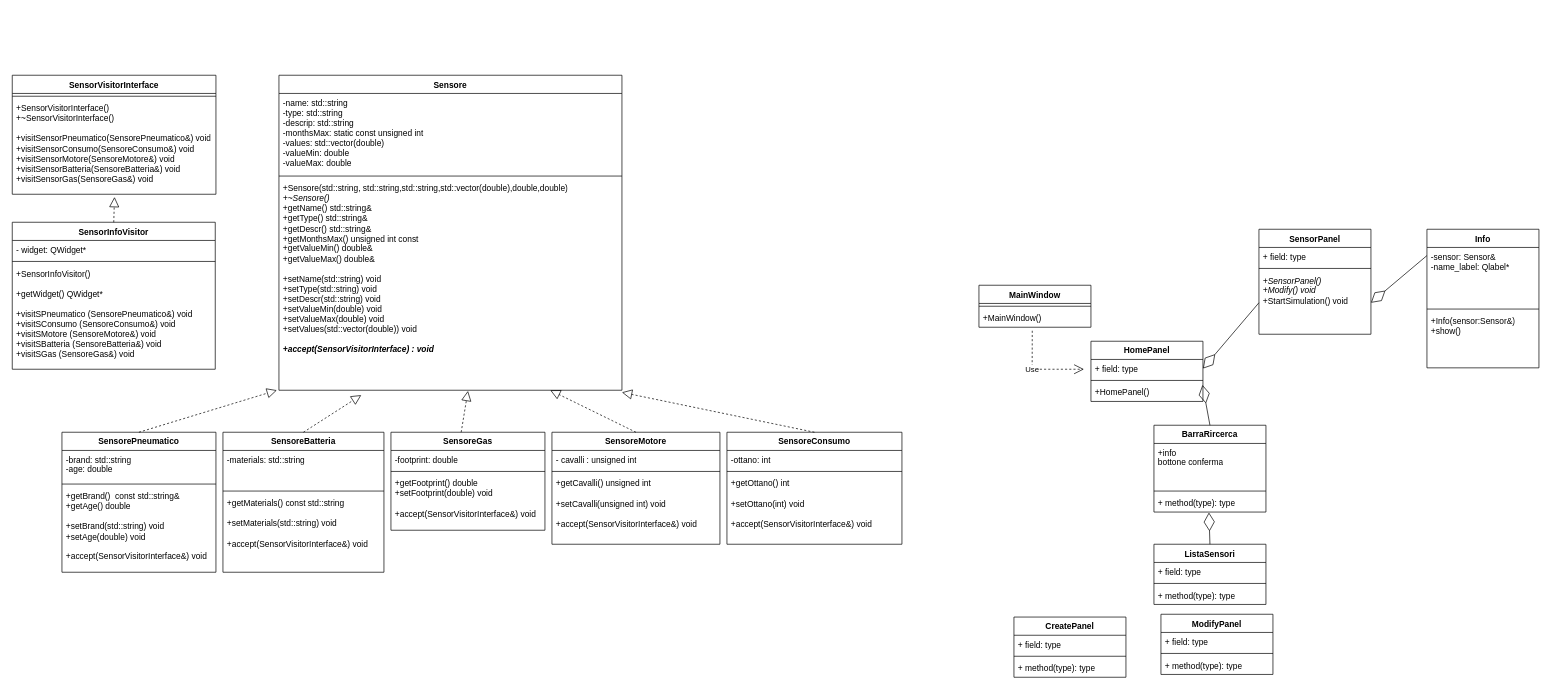
mpiccoli18/Progetto-PAO keeps this draw.io diagram as DiagrammaClassiPAO.drawio. Above is the earlier version. Source tidied: cells renumbered, new cells numbered last; positions are measured from the earlier drawing's top-left corner, leaving out a move shared by most shapes. Both pictures are drawn from the tidied source at 70%, with x=0, y=0 at pixel (12, 75).
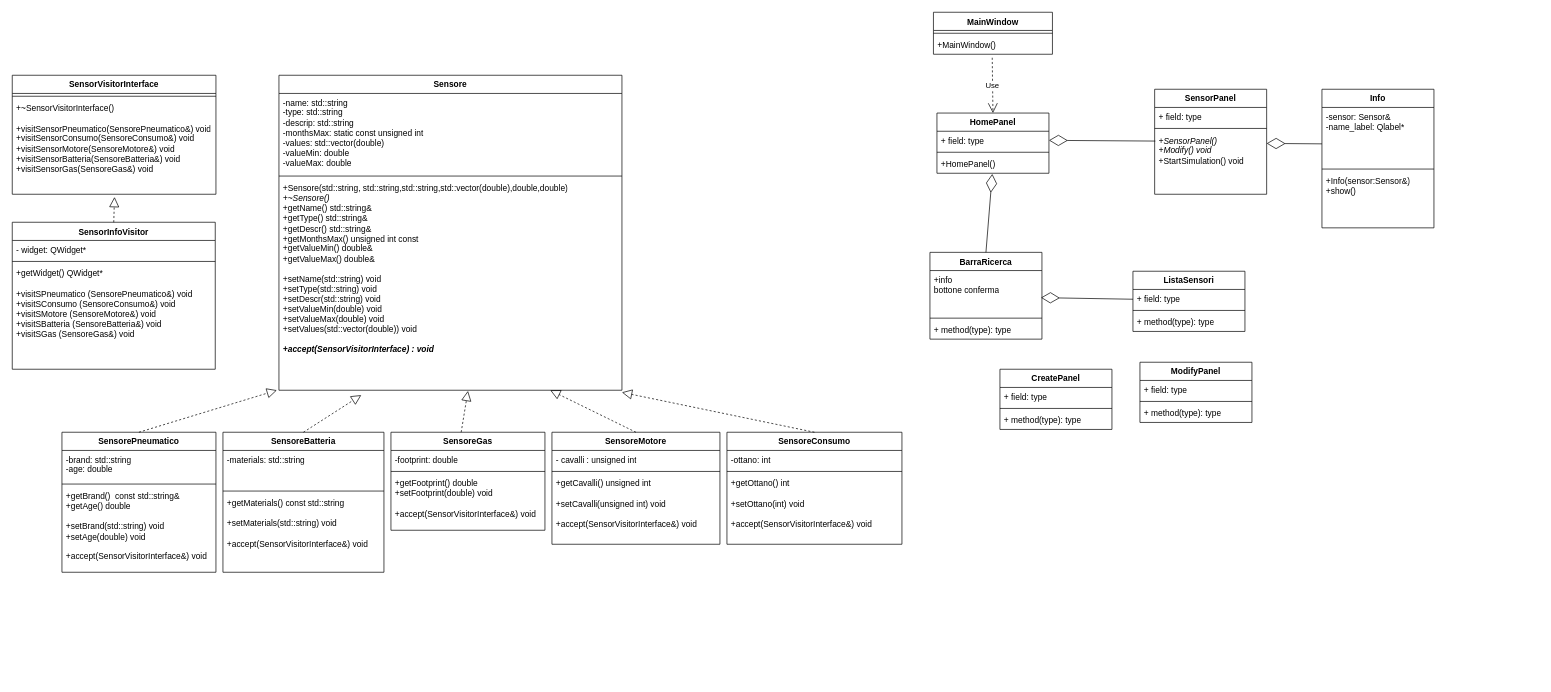
The same diagram, later.

Unchanged cells that the change refers to:
```xml
<mxCell id="20" value="&lt;span style=&quot;border-color: var(--border-color);&quot;&gt;&lt;font style=&quot;font-size: 12px;&quot;&gt;&lt;i&gt;+SensorPanel()&lt;br&gt;+Modify() void&lt;/i&gt;&lt;br style=&quot;border-color: var(--border-color);&quot;&gt;&lt;span style=&quot;border-color: var(--border-color);&quot;&gt;+StartSimulation() void&lt;/span&gt;&lt;/font&gt;&lt;/span&gt;" style="text;strokeColor=none;fillColor=none;align=left;verticalAlign=top;spacingLeft=4;spacingRight=4;overflow=hidden;points=[[0,0.5],[1,0.5]];portConstraint=eastwest;whiteSpace=wrap;html=1;" parent="17" vertex="1">
  <mxGeometry y="60" width="160" height="90" as="geometry" />
</mxCell>
<mxCell id="30" value="+ method(type): type" style="text;strokeColor=none;fillColor=none;align=left;verticalAlign=top;spacingLeft=4;spacingRight=4;overflow=hidden;points=[[0,0.5],[1,0.5]];portConstraint=eastwest;whiteSpace=wrap;html=1;" parent="27" vertex="1">
  <mxGeometry y="98" width="160" height="26" as="geometry" />
</mxCell>
<mxCell id="45" value="SensorVisitorInterface" style="swimlane;fontStyle=1;align=center;verticalAlign=top;horizontal=1;startSize=26;whiteSpace=wrap;html=1;" parent="1" vertex="1">
  <mxGeometry width="291" height="170" as="geometry" />
</mxCell>
<mxCell id="64" value="-sensor: Sensor&amp;amp;&lt;br&gt;-name_label: Qlabel*&lt;br&gt;" style="text;strokeColor=none;fillColor=none;align=left;verticalAlign=top;spacingLeft=4;spacingRight=4;overflow=hidden;points=[[0,0.5],[1,0.5]];portConstraint=eastwest;whiteSpace=wrap;html=1;" parent="63" vertex="1">
  <mxGeometry y="26" width="160" height="84" as="geometry" />
</mxCell>
<mxCell id="70" value="SensorInfoVisitor" style="swimlane;fontStyle=1;align=center;verticalAlign=top;horizontal=1;startSize=26;whiteSpace=wrap;html=1;" parent="1" vertex="1">
  <mxGeometry y="210" width="290" height="210" as="geometry" />
</mxCell>
```

The edit, as a diff of the source:
```diff
@@
     <mxCell id="14" value="MainWindow" style="swimlane;fontStyle=1;align=center;verticalAlign=top;horizontal=1;startSize=26;whiteSpace=wrap;html=1;" parent="1" vertex="1">
-      <mxGeometry x="1381" y="300" width="160" height="60" as="geometry" />
+      <mxGeometry x="1316" y="-90" width="170" height="60" as="geometry" />
     </mxCell>
     <mxCell id="15" style="line;strokeWidth=1;fillColor=none;align=left;verticalAlign=middle;spacingTop=-1;spacingLeft=3;spacingRight=3;labelPosition=right;strokeColor=inherit;" parent="14" vertex="1">
-      <mxGeometry y="26" width="160" height="8" as="geometry" />
+      <mxGeometry y="26" width="170" height="8" as="geometry" />
     </mxCell>
     <mxCell id="16" value="+MainWindow()" style="text;strokeColor=none;fillColor=none;align=left;verticalAlign=top;spacingLeft=4;spacingRight=4;overflow=hidden;points=[[0,0.5],[1,0.5]];portConstraint=eastwest;whiteSpace=wrap;html=1;" parent="14" vertex="1">
-      <mxGeometry y="34" width="160" height="26" as="geometry" />
+      <mxGeometry y="34" width="170" height="26" as="geometry" />
     </mxCell>
     <mxCell id="17" value="SensorPanel" style="swimlane;fontStyle=1;align=center;verticalAlign=top;horizontal=1;startSize=26;whiteSpace=wrap;html=1;" parent="1" vertex="1">
-      <mxGeometry x="1781" y="220" width="160" height="150" as="geometry" />
+      <mxGeometry x="1632" y="20" width="160" height="150" as="geometry" />
     </mxCell>
@@
-    <mxCell id="21" value="HomePanel" style="swimlane;fontStyle=1;align=center;verticalAlign=top;horizontal=1;startSize=26;whiteSpace=wrap;html=1;" parent="1" vertex="1">
-      <mxGeometry x="1541" y="380" width="160" height="86" as="geometry" />
-    </mxCell>
-    <mxCell id="22" value="+ field: type" style="text;strokeColor=none;fillColor=none;align=left;verticalAlign=top;spacingLeft=4;spacingRight=4;overflow=hidden;points=[[0,0.5],[1,0.5]];portConstraint=eastwest;whiteSpace=wrap;html=1;" parent="21" vertex="1">
-      <mxGeometry y="26" width="160" height="26" as="geometry" />
-    </mxCell>
-    <mxCell id="23" style="line;strokeWidth=1;fillColor=none;align=left;verticalAlign=middle;spacingTop=-1;spacingLeft=3;spacingRight=3;labelPosition=right;strokeColor=inherit;" parent="21" vertex="1">
-      <mxGeometry y="52" width="160" height="8" as="geometry" />
-    </mxCell>
-    <mxCell id="24" value="+HomePanel()&lt;br&gt;" style="text;strokeColor=none;fillColor=none;align=left;verticalAlign=top;spacingLeft=4;spacingRight=4;overflow=hidden;points=[[0,0.5],[1,0.5]];portConstraint=eastwest;whiteSpace=wrap;html=1;" parent="21" vertex="1">
-      <mxGeometry y="60" width="160" height="26" as="geometry" />
-    </mxCell>
-    <mxCell id="25" value="Use" style="endArrow=open;endSize=12;dashed=1;html=1;rounded=0;exitX=0.476;exitY=1.192;exitDx=0;exitDy=0;exitPerimeter=0;" parent="1" edge="1" source="16">
-      <mxGeometry x="-0.15" relative="1" as="geometry">
-        <mxPoint x="1531" y="420" as="targetPoint" />
-        <Array as="points">
-          <mxPoint x="1457" y="420" />
-        </Array>
-      </mxGeometry>
-    </mxCell>
-    <mxCell id="26" style="endArrow=diamondThin;endFill=0;endSize=24;html=1;rounded=0;entryX=1;entryY=0.5;entryDx=0;entryDy=0;exitX=0;exitY=0.5;exitDx=0;exitDy=0;" parent="1" edge="1" source="20" target="22">
+    <mxCell id="26" style="endArrow=diamondThin;endFill=0;endSize=24;html=1;rounded=0;entryX=1;entryY=0.5;entryDx=0;entryDy=0;exitX=0.006;exitY=0.156;exitDx=0;exitDy=0;exitPerimeter=0;" parent="1" edge="1" source="20" target="22">
       <mxGeometry relative="1" as="geometry" />
     </mxCell>
-    <mxCell id="27" value="BarraRircerca" style="swimlane;fontStyle=1;align=center;verticalAlign=top;horizontal=1;startSize=26;whiteSpace=wrap;html=1;" parent="1" vertex="1">
-      <mxGeometry x="1631" y="500" width="160" height="124" as="geometry" />
+    <mxCell id="27" value="BarraRicerca" style="swimlane;fontStyle=1;align=center;verticalAlign=top;horizontal=1;startSize=26;whiteSpace=wrap;html=1;" parent="1" vertex="1">
+      <mxGeometry x="1311" y="253" width="160" height="124" as="geometry" />
     </mxCell>
@@
     <mxCell id="31" value="ListaSensori" style="swimlane;fontStyle=1;align=center;verticalAlign=top;horizontal=1;startSize=26;whiteSpace=wrap;html=1;" parent="1" vertex="1">
-      <mxGeometry x="1631" y="670" width="160" height="86" as="geometry" />
+      <mxGeometry x="1601" y="280" width="160" height="86" as="geometry" />
     </mxCell>
@@
-    <mxCell id="35" style="endArrow=diamondThin;endFill=0;endSize=24;html=1;rounded=0;entryX=0.996;entryY=0.093;entryDx=0;entryDy=0;entryPerimeter=0;exitX=0.5;exitY=0;exitDx=0;exitDy=0;" parent="1" edge="1" source="27" target="24">
+    <mxCell id="35" style="endArrow=diamondThin;endFill=0;endSize=24;html=1;rounded=0;entryX=0.494;entryY=1.038;entryDx=0;entryDy=0;entryPerimeter=0;exitX=0.5;exitY=0;exitDx=0;exitDy=0;" parent="1" edge="1" source="27" target="24">
       <mxGeometry relative="1" as="geometry" />
     </mxCell>
-    <mxCell id="36" style="endArrow=diamondThin;endFill=0;endSize=24;html=1;rounded=0;entryX=0.491;entryY=1.025;entryDx=0;entryDy=0;entryPerimeter=0;" parent="1" edge="1" target="30">
+    <mxCell id="36" style="endArrow=diamondThin;endFill=0;endSize=24;html=1;rounded=0;entryX=0.491;entryY=1.025;entryDx=0;entryDy=0;entryPerimeter=0;" parent="1" edge="1">
       <mxGeometry relative="1" as="geometry">
-        <mxPoint x="1711" y="670" as="sourcePoint" />
+        <mxPoint x="1601" y="320" as="sourcePoint" />
+        <mxPoint x="1469.6" y="317.7" as="targetPoint" />
       </mxGeometry>
     </mxCell>
     <mxCell id="37" value="ModifyPanel" style="swimlane;fontStyle=1;align=center;verticalAlign=top;horizontal=1;startSize=26;whiteSpace=wrap;html=1;" parent="1" vertex="1">
-      <mxGeometry x="1641" y="770" width="160" height="86" as="geometry" />
+      <mxGeometry x="1611" y="410" width="160" height="86" as="geometry" />
     </mxCell>
@@
     <mxCell id="41" value="CreatePanel" style="swimlane;fontStyle=1;align=center;verticalAlign=top;horizontal=1;startSize=26;whiteSpace=wrap;html=1;" parent="1" vertex="1">
-      <mxGeometry x="1431" y="774" width="160" height="86" as="geometry" />
+      <mxGeometry x="1411" y="420" width="160" height="86" as="geometry" />
     </mxCell>
@@
-    <mxCell id="47" value="+SensorVisitorInterface()&lt;br&gt;+~SensorVisitorInterface()&lt;br&gt;&lt;br&gt;+visitSensorPneumatico(SensorePneumatico&amp;amp;) void&lt;br&gt;+visitSensorConsumo(SensoreConsumo&amp;amp;) void&lt;br&gt;+visitSensorMotore(SensoreMotore&amp;amp;) void&lt;br&gt;+visitSensorBatteria(SensoreBatteria&amp;amp;) void&lt;br&gt;+visitSensorGas(SensoreGas&amp;amp;) void" style="text;strokeColor=none;fillColor=none;align=left;verticalAlign=top;spacingLeft=4;spacingRight=4;overflow=hidden;points=[[0,0.5],[1,0.5]];portConstraint=eastwest;whiteSpace=wrap;html=1;" parent="45" vertex="1">
+    <mxCell id="47" value="+~SensorVisitorInterface()&lt;br&gt;&lt;br&gt;+visitSensorPneumatico(SensorePneumatico&amp;amp;) void&lt;br&gt;+visitSensorConsumo(SensoreConsumo&amp;amp;) void&lt;br&gt;+visitSensorMotore(SensoreMotore&amp;amp;) void&lt;br&gt;+visitSensorBatteria(SensoreBatteria&amp;amp;) void&lt;br&gt;+visitSensorGas(SensoreGas&amp;amp;) void" style="text;strokeColor=none;fillColor=none;align=left;verticalAlign=top;spacingLeft=4;spacingRight=4;overflow=hidden;points=[[0,0.5],[1,0.5]];portConstraint=eastwest;whiteSpace=wrap;html=1;" parent="45" vertex="1">
       <mxGeometry y="34" width="291" height="136" as="geometry" />
     </mxCell>
@@
-    <mxCell id="62" style="endArrow=diamondThin;endFill=0;endSize=24;html=1;rounded=0;entryX=1;entryY=0.5;entryDx=0;entryDy=0;exitX=0;exitY=0.19;exitDx=0;exitDy=0;exitPerimeter=0;" parent="1" edge="1" source="63" target="20">
-      <mxGeometry relative="1" as="geometry" />
+    <mxCell id="62" style="endArrow=diamondThin;endFill=0;endSize=24;html=1;rounded=0;entryX=1;entryY=0.5;entryDx=0;entryDy=0;exitX=0;exitY=0.619;exitDx=0;exitDy=0;exitPerimeter=0;" parent="1" edge="1" source="64">
+      <mxGeometry relative="1" as="geometry">
+        <mxPoint x="1792" y="97.4" as="targetPoint" />
+      </mxGeometry>
     </mxCell>
     <mxCell id="63" value="Info" style="swimlane;fontStyle=1;align=center;verticalAlign=top;horizontal=1;startSize=26;whiteSpace=wrap;html=1;" parent="1" vertex="1">
-      <mxGeometry x="2021" y="220" width="160" height="198" as="geometry" />
+      <mxGeometry x="1871" y="20" width="160" height="198" as="geometry" />
     </mxCell>
@@
-    <mxCell id="73" value="+SensorInfoVisitor()&lt;br&gt;&lt;br&gt;+getWidget() QWidget*&lt;br&gt;&lt;br&gt;+visitSPneumatico (SensorePneumatico&amp;amp;) void&lt;br&gt;+visitSConsumo (SensoreConsumo&amp;amp;) void&lt;br&gt;+visitSMotore (SensoreMotore&amp;amp;) void&lt;br&gt;+visitSBatteria (SensoreBatteria&amp;amp;) void&lt;br&gt;+visitSGas (SensoreGas&amp;amp;) void" style="text;strokeColor=none;fillColor=none;align=left;verticalAlign=top;spacingLeft=4;spacingRight=4;overflow=hidden;whiteSpace=wrap;html=1;" parent="70" vertex="1">
+    <mxCell id="73" value="+getWidget() QWidget*&lt;br&gt;&lt;br&gt;+visitSPneumatico (SensorePneumatico&amp;amp;) void&lt;br&gt;+visitSConsumo (SensoreConsumo&amp;amp;) void&lt;br&gt;+visitSMotore (SensoreMotore&amp;amp;) void&lt;br&gt;+visitSBatteria (SensoreBatteria&amp;amp;) void&lt;br&gt;+visitSGas (SensoreGas&amp;amp;) void" style="text;strokeColor=none;fillColor=none;align=left;verticalAlign=top;spacingLeft=4;spacingRight=4;overflow=hidden;whiteSpace=wrap;html=1;" parent="70" vertex="1">
       <mxGeometry y="60" width="290" height="150" as="geometry" />
     </mxCell>
@@
+    <mxCell id="21" value="HomePanel" style="swimlane;fontStyle=1;align=center;verticalAlign=top;horizontal=1;startSize=26;whiteSpace=wrap;html=1;" parent="1" vertex="1">
+      <mxGeometry x="1321" y="54" width="160" height="86" as="geometry" />
+    </mxCell>
+    <mxCell id="22" value="+ field: type" style="text;strokeColor=none;fillColor=none;align=left;verticalAlign=top;spacingLeft=4;spacingRight=4;overflow=hidden;points=[[0,0.5],[1,0.5]];portConstraint=eastwest;whiteSpace=wrap;html=1;" parent="21" vertex="1">
+      <mxGeometry y="26" width="160" height="26" as="geometry" />
+    </mxCell>
+    <mxCell id="23" style="line;strokeWidth=1;fillColor=none;align=left;verticalAlign=middle;spacingTop=-1;spacingLeft=3;spacingRight=3;labelPosition=right;strokeColor=inherit;" parent="21" vertex="1">
+      <mxGeometry y="52" width="160" height="8" as="geometry" />
+    </mxCell>
+    <mxCell id="24" value="+HomePanel()&lt;br&gt;" style="text;strokeColor=none;fillColor=none;align=left;verticalAlign=top;spacingLeft=4;spacingRight=4;overflow=hidden;points=[[0,0.5],[1,0.5]];portConstraint=eastwest;whiteSpace=wrap;html=1;" parent="21" vertex="1">
+      <mxGeometry y="60" width="160" height="26" as="geometry" />
+    </mxCell>
+    <mxCell id="25" value="Use" style="endArrow=open;endSize=12;dashed=1;html=1;rounded=0;exitX=0.494;exitY=1.192;exitDx=0;exitDy=0;exitPerimeter=0;entryX=0.5;entryY=0;entryDx=0;entryDy=0;" parent="1" edge="1" source="16" target="21">
+      <mxGeometry relative="1" as="geometry" />
+    </mxCell>
```
